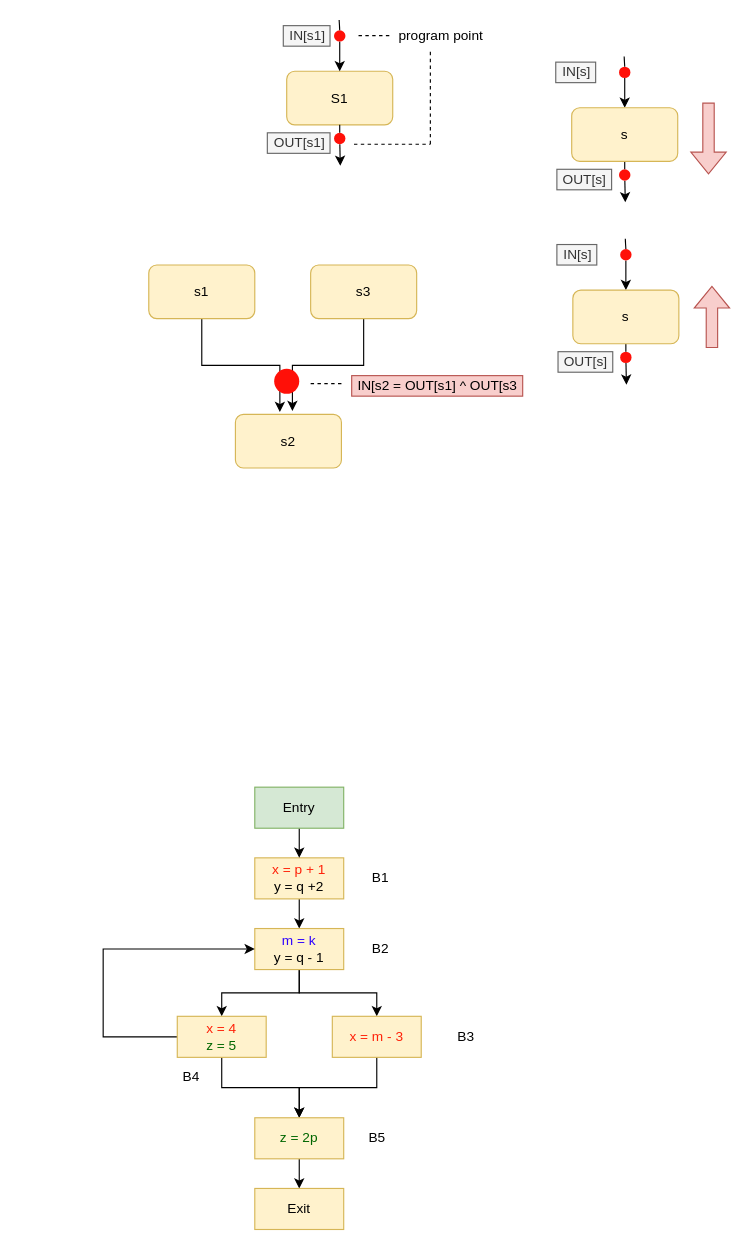
This is course/static-program-analysis/static-program-analysis-03-data-flow-analysis-1/未命名绘图.drawio from K1ose/K1ose.github.io, a draw.io file, before an edit. Source tidied: cells renumbered, new cells numbered last; positions are measured from the earlier drawing's top-left corner, leaving out a move shared by most shapes. Both pictures are drawn from the tidied source at 114%, with x=0, y=0 at pixel (103, 19).
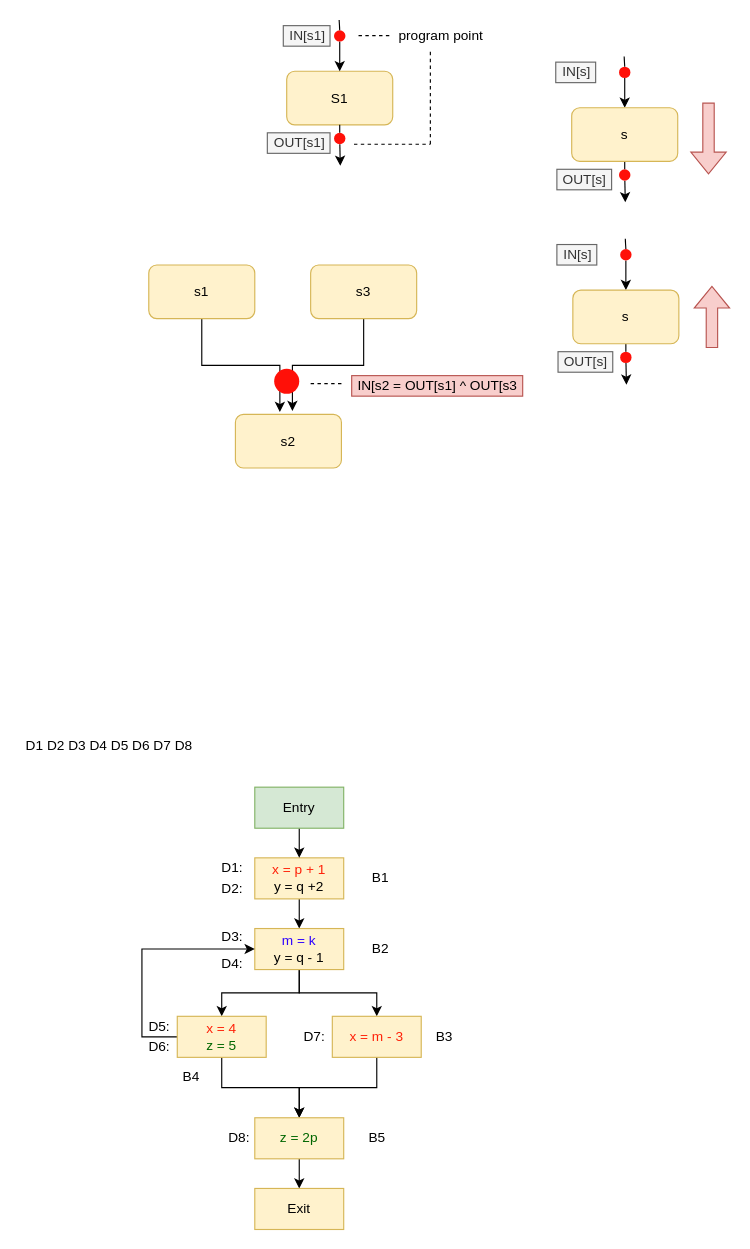
After the change.

Unchanged cells that the change refers to:
```xml
<mxCell id="47" value="&lt;font color=&quot;#2d03ff&quot;&gt;m = k&lt;br&gt;&lt;/font&gt;y = q - 1" style="rounded=0;whiteSpace=wrap;html=1;fillColor=#fff2cc;strokeColor=#d6b656;" parent="1" vertex="1">
  <mxGeometry x="133" y="797" width="78" height="36" as="geometry" />
</mxCell>
<mxCell id="51" value="&lt;font color=&quot;#ff2008&quot;&gt;x = 4&lt;br&gt;&lt;/font&gt;&lt;font color=&quot;#006600&quot;&gt;z = 5&lt;/font&gt;" style="rounded=0;whiteSpace=wrap;html=1;fillColor=#fff2cc;strokeColor=#d6b656;" parent="1" vertex="1">
  <mxGeometry x="65" y="874" width="78" height="36" as="geometry" />
</mxCell>
```

Diff of the diagram source:
```diff
@@
     <mxCell id="50" style="edgeStyle=orthogonalEdgeStyle;rounded=0;jettySize=auto;html=1;entryX=0;entryY=0.5;entryDx=0;entryDy=0;exitX=0;exitY=0.5;exitDx=0;exitDy=0;" parent="1" edge="1" source="51" target="47">
       <mxGeometry relative="1" as="geometry">
         <Array as="points">
-          <mxPoint y="892" />
-          <mxPoint y="815" />
+          <mxPoint x="34" y="892" />
+          <mxPoint x="34" y="815" />
         </Array>
       </mxGeometry>
     </mxCell>
@@
     <mxCell id="62" value="B3" style="text;html=1;align=center;verticalAlign=middle;strokeColor=none;fillColor=none;" parent="1" vertex="1">
-      <mxGeometry x="306" y="883" width="24" height="18" as="geometry" />
+      <mxGeometry x="287" y="883" width="24" height="18" as="geometry" />
     </mxCell>
+    <mxCell id="63" value="D1:" style="text;html=1;align=center;verticalAlign=middle;strokeColor=none;fillColor=none;" parent="1" vertex="1">
+      <mxGeometry x="99" y="735" width="28" height="18" as="geometry" />
+    </mxCell>
+    <mxCell id="64" value="D2:" style="text;html=1;align=center;verticalAlign=middle;strokeColor=none;fillColor=none;" parent="1" vertex="1">
+      <mxGeometry x="99" y="753" width="28" height="18" as="geometry" />
+    </mxCell>
+    <mxCell id="65" value="D3:" style="text;html=1;align=center;verticalAlign=middle;strokeColor=none;fillColor=none;" parent="1" vertex="1">
+      <mxGeometry x="99" y="795" width="28" height="18" as="geometry" />
+    </mxCell>
+    <mxCell id="66" value="D4:" style="text;html=1;align=center;verticalAlign=middle;strokeColor=none;fillColor=none;" parent="1" vertex="1">
+      <mxGeometry x="99" y="819" width="28" height="18" as="geometry" />
+    </mxCell>
+    <mxCell id="67" value="D5:" style="text;html=1;align=center;verticalAlign=middle;strokeColor=none;fillColor=none;" parent="1" vertex="1">
+      <mxGeometry x="35" y="874" width="28" height="18" as="geometry" />
+    </mxCell>
+    <mxCell id="68" value="D6:" style="text;html=1;align=center;verticalAlign=middle;strokeColor=none;fillColor=none;" parent="1" vertex="1">
+      <mxGeometry x="35" y="892" width="28" height="18" as="geometry" />
+    </mxCell>
+    <mxCell id="69" value="D7:" style="text;html=1;align=center;verticalAlign=middle;strokeColor=none;fillColor=none;" parent="1" vertex="1">
+      <mxGeometry x="171" y="883" width="28" height="18" as="geometry" />
+    </mxCell>
+    <mxCell id="70" value="D8:" style="text;html=1;align=center;verticalAlign=middle;strokeColor=none;fillColor=none;" parent="1" vertex="1">
+      <mxGeometry x="105" y="972" width="28" height="18" as="geometry" />
+    </mxCell>
+    <mxCell id="71" value="D1 D2 D3 D4 D5 D6 D7 D8" style="text;html=1;align=center;verticalAlign=middle;strokeColor=none;fillColor=none;" parent="1" vertex="1">
+      <mxGeometry x="-73" y="628" width="156" height="18" as="geometry" />
+    </mxCell>
```
